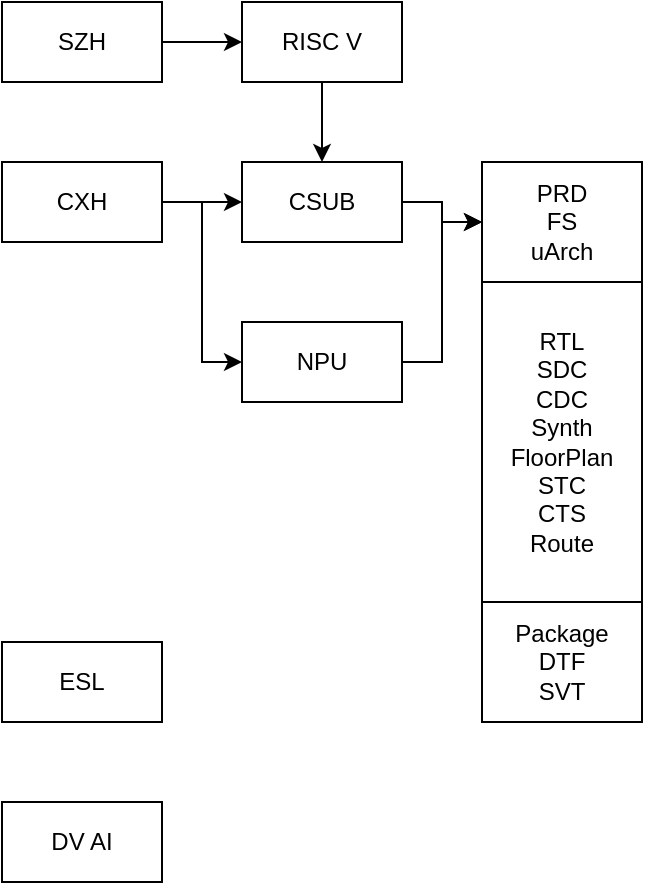
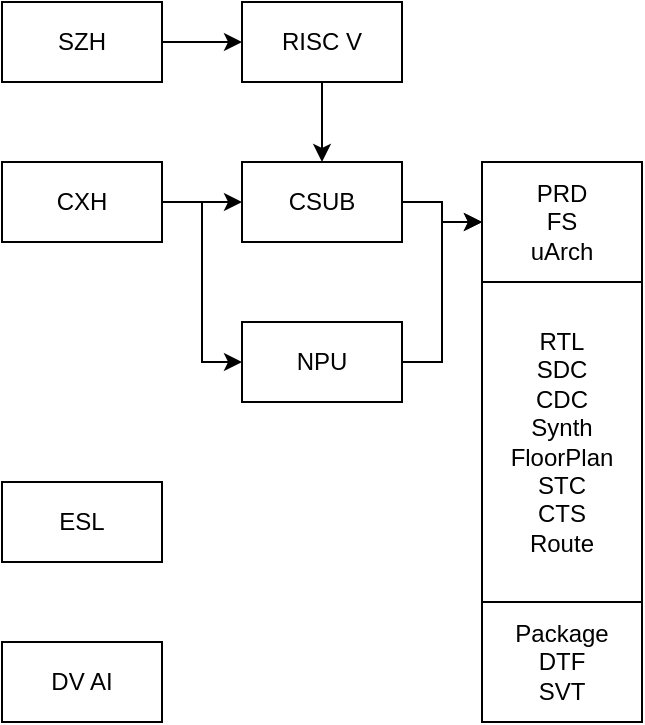
<mxfile host="app.diagrams.net" agent="Mozilla/5.0 (Macintosh; Intel Mac OS X 10_15_7) AppleWebKit/537.36 (KHTML, like Gecko) Chrome/125.0.0.0 Safari/537.36" border="50" scale="3" compressed="false" locked="false">
  <diagram id="YmL12bMKpDGza6XwsDPr" name="第 1 页">
    <mxGraphModel dx="1173" dy="630" grid="1" gridSize="10" guides="1" tooltips="1" connect="1" arrows="1" fold="1" page="0" pageScale="1" pageWidth="827" pageHeight="1169" math="1" shadow="0">
      <root>
        <mxCell id="X5NqExCQtvZxIxQ7pmgY-0" />
        <mxCell id="1" parent="X5NqExCQtvZxIxQ7pmgY-0" />
        <mxCell id="rQvUUtji4W4iaLh92UM--3" edge="1" parent="1" source="rQvUUtji4W4iaLh92UM--1" style="edgeStyle=orthogonalEdgeStyle;rounded=0;orthogonalLoop=1;jettySize=auto;html=1;" target="rQvUUtji4W4iaLh92UM--2" value="">
          <mxGeometry relative="1" as="geometry" />
        </mxCell>
        <mxCell id="rQvUUtji4W4iaLh92UM--1" parent="1" style="rounded=0;whiteSpace=wrap;html=1;" value="SZH" vertex="1">
          <mxGeometry height="40" width="80" x="320" y="320" as="geometry" />
        </mxCell>
        <mxCell id="rQvUUtji4W4iaLh92UM--7" edge="1" parent="1" source="rQvUUtji4W4iaLh92UM--2" style="edgeStyle=orthogonalEdgeStyle;rounded=0;orthogonalLoop=1;jettySize=auto;html=1;" target="rQvUUtji4W4iaLh92UM--5" value="">
          <mxGeometry relative="1" as="geometry" />
        </mxCell>
        <mxCell id="rQvUUtji4W4iaLh92UM--2" parent="1" style="rounded=0;whiteSpace=wrap;html=1;" value="RISC V" vertex="1">
          <mxGeometry height="40" width="80" x="440" y="320" as="geometry" />
        </mxCell>
        <mxCell id="rQvUUtji4W4iaLh92UM--8" edge="1" parent="1" source="rQvUUtji4W4iaLh92UM--4" style="edgeStyle=orthogonalEdgeStyle;rounded=0;orthogonalLoop=1;jettySize=auto;html=1;" target="rQvUUtji4W4iaLh92UM--5" value="">
          <mxGeometry relative="1" as="geometry" />
        </mxCell>
        <mxCell id="rQvUUtji4W4iaLh92UM--4" parent="1" style="rounded=0;whiteSpace=wrap;html=1;" value="CXH" vertex="1">
          <mxGeometry height="40" width="80" x="320" y="400" as="geometry" />
        </mxCell>
        <mxCell id="rQvUUtji4W4iaLh92UM--14" edge="1" parent="1" source="rQvUUtji4W4iaLh92UM--5" style="edgeStyle=orthogonalEdgeStyle;rounded=0;orthogonalLoop=1;jettySize=auto;html=1;" target="rQvUUtji4W4iaLh92UM--10" value="">
          <mxGeometry relative="1" as="geometry" />
        </mxCell>
        <mxCell id="rQvUUtji4W4iaLh92UM--5" parent="1" style="rounded=0;whiteSpace=wrap;html=1;" value="CSUB" vertex="1">
          <mxGeometry height="40" width="80" x="440" y="400" as="geometry" />
        </mxCell>
        <mxCell id="rQvUUtji4W4iaLh92UM--15" edge="1" parent="1" source="rQvUUtji4W4iaLh92UM--6" style="edgeStyle=orthogonalEdgeStyle;rounded=0;orthogonalLoop=1;jettySize=auto;html=1;exitX=1;exitY=0.5;exitDx=0;exitDy=0;entryX=0;entryY=0.5;entryDx=0;entryDy=0;" target="rQvUUtji4W4iaLh92UM--10" value="">
          <mxGeometry relative="1" as="geometry">
            <Array as="points">
              <mxPoint x="540" y="500" />
              <mxPoint x="540" y="430" />
            </Array>
            <mxPoint x="340" y="680" as="sourcePoint" />
            <mxPoint x="560" y="440" as="targetPoint" />
          </mxGeometry>
        </mxCell>
        <mxCell id="rQvUUtji4W4iaLh92UM--6" parent="1" style="rounded=0;whiteSpace=wrap;html=1;" value="NPU" vertex="1">
          <mxGeometry height="40" width="80" x="440" y="480" as="geometry" />
        </mxCell>
        <mxCell id="rQvUUtji4W4iaLh92UM--9" edge="1" parent="1" source="rQvUUtji4W4iaLh92UM--4" style="endArrow=classic;html=1;rounded=0;exitX=1;exitY=0.5;exitDx=0;exitDy=0;entryX=0;entryY=0.5;entryDx=0;entryDy=0;edgeStyle=orthogonalEdgeStyle;" target="rQvUUtji4W4iaLh92UM--6" value="">
          <mxGeometry height="50" relative="1" width="50" as="geometry">
            <mxPoint x="390" y="410" as="sourcePoint" />
            <mxPoint x="440" y="360" as="targetPoint" />
          </mxGeometry>
        </mxCell>
        <mxCell id="rQvUUtji4W4iaLh92UM--16" parent="1" style="rounded=0;whiteSpace=wrap;html=1;" value="ESL" vertex="1">
-           <mxGeometry height="40" width="80" x="320" y="640" as="geometry" />
+           <mxGeometry height="40" width="80" x="320" y="560" as="geometry" />
        </mxCell>
        <mxCell id="rQvUUtji4W4iaLh92UM--17" parent="1" style="rounded=0;whiteSpace=wrap;html=1;" value="DV AI" vertex="1">
-           <mxGeometry height="40" width="80" x="320" y="720" as="geometry" />
+           <mxGeometry height="40" width="80" x="320" y="640" as="geometry" />
        </mxCell>
        <mxCell id="rQvUUtji4W4iaLh92UM--12" parent="1" style="rounded=0;whiteSpace=wrap;html=1;" value="Package&lt;br&gt;DTF&lt;br&gt;SVT" vertex="1">
          <mxGeometry height="60" width="80" x="560" y="620" as="geometry" />
        </mxCell>
        <mxCell id="rQvUUtji4W4iaLh92UM--10" parent="1" style="rounded=0;whiteSpace=wrap;html=1;" value="PRD&lt;div&gt;FS&lt;/div&gt;&lt;div&gt;uArch&lt;/div&gt;" vertex="1">
          <mxGeometry height="60" width="80" x="560" y="400" as="geometry" />
        </mxCell>
        <mxCell id="rQvUUtji4W4iaLh92UM--11" parent="1" style="rounded=0;whiteSpace=wrap;html=1;" value="RTL&lt;div&gt;SDC&lt;/div&gt;&lt;div&gt;CDC&lt;/div&gt;&lt;div&gt;Synth&lt;br&gt;FloorPlan&lt;/div&gt;&lt;div&gt;STC&lt;/div&gt;&lt;div&gt;CTS&lt;/div&gt;&lt;div&gt;Route&lt;/div&gt;" vertex="1">
          <mxGeometry height="160" width="80" x="560" y="460" as="geometry" />
        </mxCell>
      </root>
    </mxGraphModel>
  </diagram>
</mxfile>
